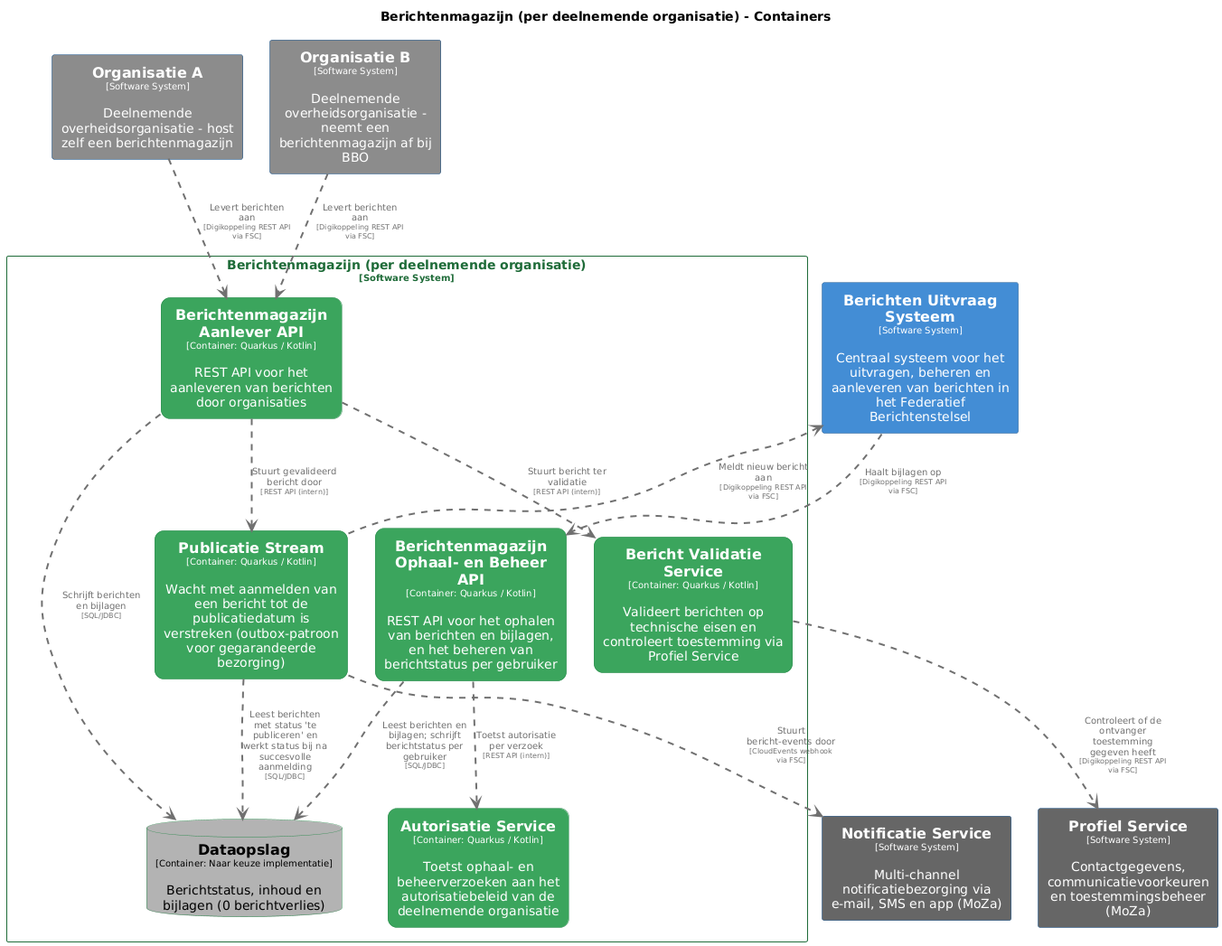
Above: pr-preview/pr-22/master/png/BerichtenmagazijnContainers.png in MinBZK/moza-poc-fbs-berichtenbox (PlantUML), before the change.
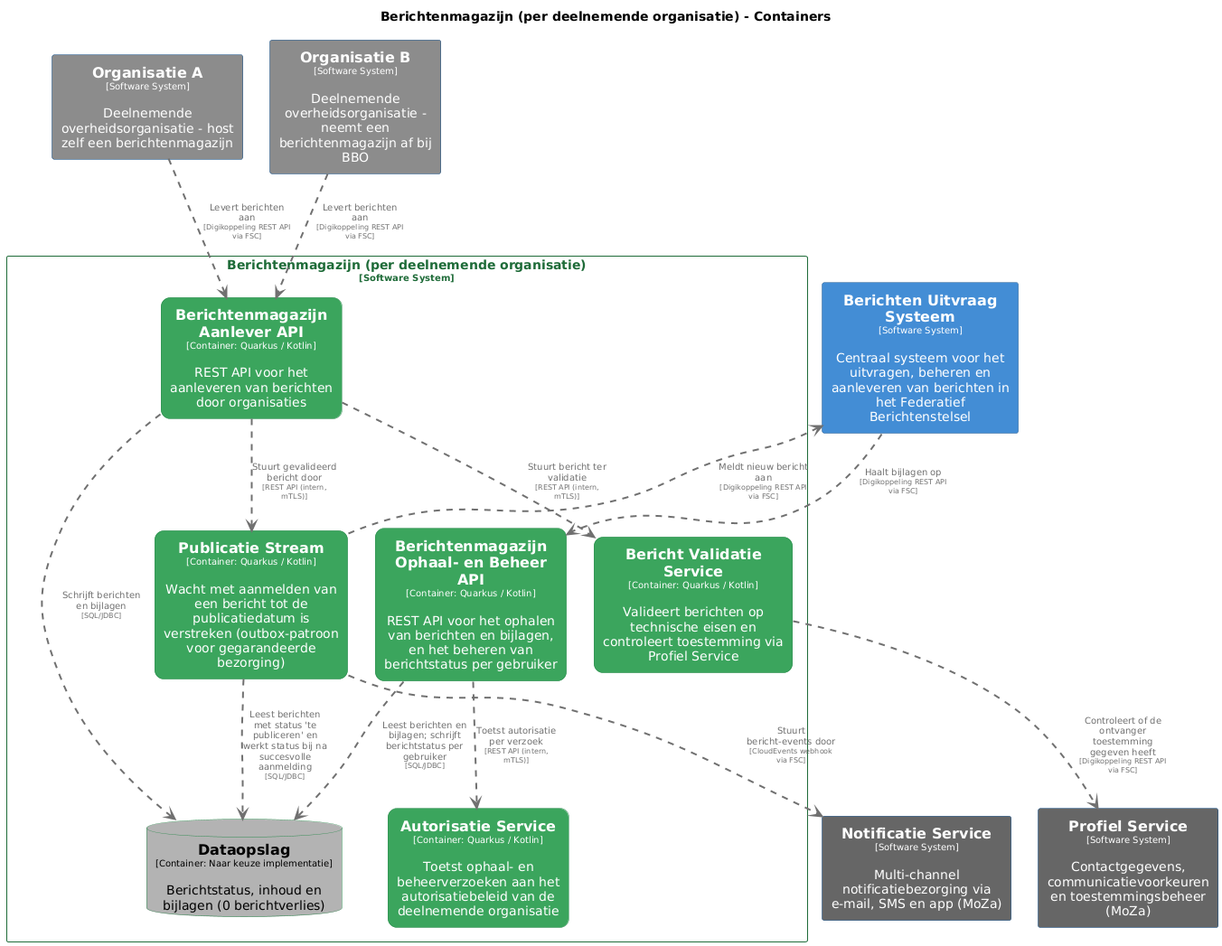
Above is the later version.

Change to the diagram source:
```diff
@@ -114,9 +114,9 @@
 Berichtenmagazijnperdeelnemendeorganisatie.BerichtValidatieService .[#707070,thickness=2].> ProfielService : "<color:#707070>Controleert of de ontvanger toestemming gegeven heeft\n<color:#707070><size:8>[Digikoppeling REST API via FSC]</size>"
 Berichtenmagazijnperdeelnemendeorganisatie.BerichtenmagazijnOphaalenBeheerAPI .[#707070,thickness=2].> Berichtenmagazijnperdeelnemendeorganisatie.Dataopslag : "<color:#707070>Leest berichten en bijlagen; schrijft berichtstatus per gebruiker\n<color:#707070><size:8>[SQL/JDBC]</size>"
 Berichtenmagazijnperdeelnemendeorganisatie.BerichtenmagazijnAanleverAPI .[#707070,thickness=2].> Berichtenmagazijnperdeelnemendeorganisatie.Dataopslag : "<color:#707070>Schrijft berichten en bijlagen\n<color:#707070><size:8>[SQL/JDBC]</size>"
-Berichtenmagazijnperdeelnemendeorganisatie.BerichtenmagazijnAanleverAPI .[#707070,thickness=2].> Berichtenmagazijnperdeelnemendeorganisatie.BerichtValidatieService : "<color:#707070>Stuurt bericht ter validatie\n<color:#707070><size:8>[REST API (intern)]</size>"
-Berichtenmagazijnperdeelnemendeorganisatie.BerichtenmagazijnAanleverAPI .[#707070,thickness=2].> Berichtenmagazijnperdeelnemendeorganisatie.PublicatieStream : "<color:#707070>Stuurt gevalideerd bericht door\n<color:#707070><size:8>[REST API (intern)]</size>"
+Berichtenmagazijnperdeelnemendeorganisatie.BerichtenmagazijnAanleverAPI .[#707070,thickness=2].> Berichtenmagazijnperdeelnemendeorganisatie.BerichtValidatieService : "<color:#707070>Stuurt bericht ter validatie\n<color:#707070><size:8>[REST API (intern, mTLS)]</size>"
+Berichtenmagazijnperdeelnemendeorganisatie.BerichtenmagazijnAanleverAPI .[#707070,thickness=2].> Berichtenmagazijnperdeelnemendeorganisatie.PublicatieStream : "<color:#707070>Stuurt gevalideerd bericht door\n<color:#707070><size:8>[REST API (intern, mTLS)]</size>"
 Berichtenmagazijnperdeelnemendeorganisatie.PublicatieStream .[#707070,thickness=2].> Berichtenmagazijnperdeelnemendeorganisatie.Dataopslag : "<color:#707070>Leest berichten met status 'te publiceren' en werkt status bij na succesvolle aanmelding\n<color:#707070><size:8>[SQL/JDBC]</size>"
-Berichtenmagazijnperdeelnemendeorganisatie.BerichtenmagazijnOphaalenBeheerAPI .[#707070,thickness=2].> Berichtenmagazijnperdeelnemendeorganisatie.AutorisatieService : "<color:#707070>Toetst autorisatie per verzoek\n<color:#707070><size:8>[REST API (intern)]</size>"
+Berichtenmagazijnperdeelnemendeorganisatie.BerichtenmagazijnOphaalenBeheerAPI .[#707070,thickness=2].> Berichtenmagazijnperdeelnemendeorganisatie.AutorisatieService : "<color:#707070>Toetst autorisatie per verzoek\n<color:#707070><size:8>[REST API (intern, mTLS)]</size>"
 BerichtenUitvraagSysteem .[#707070,thickness=2].> Berichtenmagazijnperdeelnemendeorganisatie.BerichtenmagazijnOphaalenBeheerAPI : "<color:#707070>Haalt bijlagen op\n<color:#707070><size:8>[Digikoppeling REST API via FSC]</size>"
 @enduml
```
